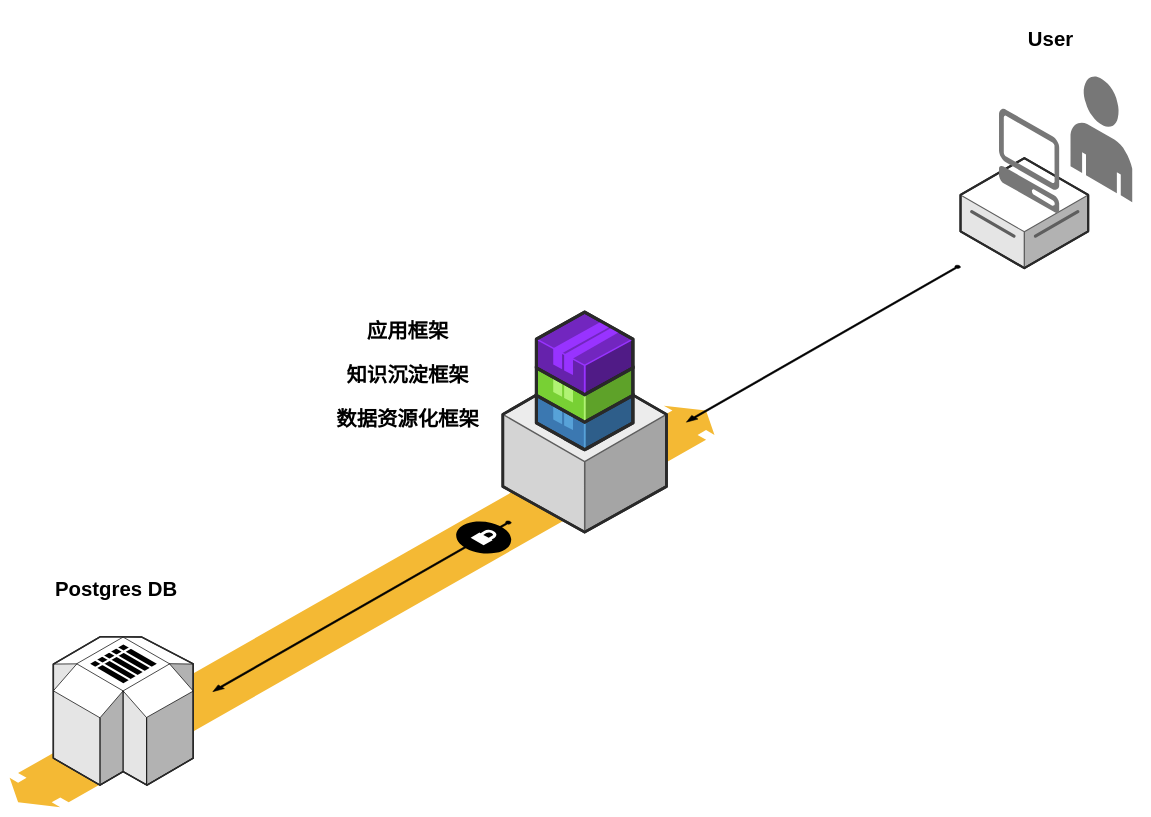
Before: Untitled Diagram.drawio in mengyueyue/gauss, a draw.io diagram. Source tidied: cells renumbered, new cells numbered last; positions are measured from the earlier drawing's top-left corner, leaving out a move shared by most shapes. Both pictures are drawn from the tidied source at 55%, with x=0, y=0 at pixel (9, 9).
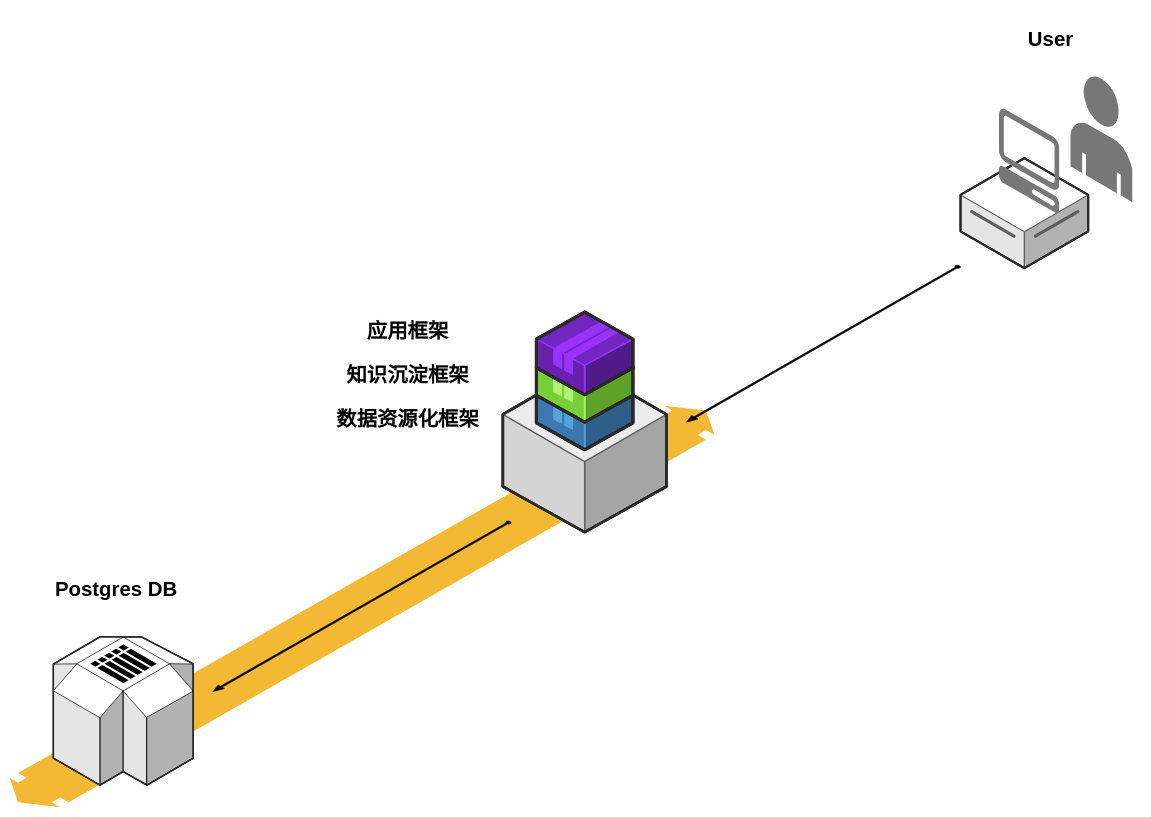
Above is the later version.

Diff of the diagram source:
```diff
@@
 <mxGraphModel>
   <root>
     <mxCell id="0" />
     <mxCell id="1" parent="0" />
     <mxCell id="2" style="verticalLabelPosition=bottom;html=1;verticalAlign=top;strokeWidth=1;align=center;dashed=0;shape=mxgraph.aws3d.flatDoubleEdge;fillColor=#000000;direction=west;flipH=1;flipV=0;" parent="1" vertex="1">
       <mxGeometry y="720" width="1281.6" height="730" as="geometry" />
     </mxCell>
     <mxCell id="3" style="verticalLabelPosition=bottom;html=1;verticalAlign=top;strokeWidth=1;dashed=0;shape=mxgraph.aws3d.arrowSW;fillColor=#000000;rounded=1;shadow=0;comic=0;fontFamily=Verdana;fontSize=12;" parent="1" vertex="1">
       <mxGeometry x="1230.5" y="465" width="498.4" height="285" as="geometry" />
     </mxCell>
     <mxCell id="4" style="verticalLabelPosition=bottom;html=1;verticalAlign=top;strokeWidth=1;align=center;dashed=0;shape=mxgraph.aws3d.simpleDb2;shadow=0;" parent="1" vertex="1">
       <mxGeometry x="79.5" y="1140" width="254.4" height="270" as="geometry" />
     </mxCell>
     <mxCell id="5" style="verticalLabelPosition=bottom;html=1;verticalAlign=top;strokeWidth=1;align=center;dashed=0;shape=mxgraph.aws3d.application_server;fillColor=#ECECEC;strokeColor=#5E5E5E;shadow=0;" parent="1" vertex="1">
       <mxGeometry x="896.7" y="650" width="297.6" height="300" as="geometry" />
     </mxCell>
     <mxCell id="6" style="verticalLabelPosition=bottom;html=1;verticalAlign=top;strokeWidth=1;align=center;dashed=0;shape=mxgraph.aws3d.arrowNE;fillColor=#000000;shadow=0;direction=west;" parent="1" vertex="1">
       <mxGeometry x="369.5" y="930" width="542.5" height="310" as="geometry" />
     </mxCell>
     <mxCell id="7" value="&lt;span style=&quot;font-size: 37px&quot;&gt;&lt;b&gt;Postgres DB&lt;/b&gt;&lt;/span&gt;" style="text;html=1;strokeColor=none;fillColor=none;align=center;verticalAlign=middle;whiteSpace=wrap;rounded=0;shadow=0;" parent="1" vertex="1">
       <mxGeometry x="30" y="1000" width="328" height="110" as="geometry" />
     </mxCell>
     <mxCell id="8" style="verticalLabelPosition=bottom;html=1;verticalAlign=top;strokeWidth=1;align=center;dashed=0;shape=mxgraph.aws3d.dataServer;strokeColor=#5E5E5E;" parent="1" vertex="1">
       <mxGeometry x="1728.9" y="270" width="232.1" height="200" as="geometry" />
     </mxCell>
     <mxCell id="9" style="verticalLabelPosition=bottom;html=1;verticalAlign=top;strokeWidth=1;align=center;dashed=0;shape=mxgraph.aws3d.client;strokeColor=none;fillColor=#777777;" parent="1" vertex="1">
       <mxGeometry x="1798.9" y="180" width="109.6" height="190" as="geometry" />
     </mxCell>
     <mxCell id="10" style="verticalLabelPosition=bottom;html=1;verticalAlign=top;strokeWidth=1;align=center;dashed=0;shape=mxgraph.aws3d.end_user;strokeColor=none;fillColor=#777777;" parent="1" vertex="1">
       <mxGeometry x="1928.9" y="120" width="112.2" height="230" as="geometry" />
     </mxCell>
     <mxCell id="11" value="&lt;span style=&quot;font-size: 37px&quot;&gt;&lt;b&gt;数据资源化框架&lt;/b&gt;&lt;/span&gt;" style="text;html=1;strokeColor=none;fillColor=none;align=center;verticalAlign=middle;whiteSpace=wrap;rounded=0;shadow=0;" parent="1" vertex="1">
       <mxGeometry x="560" y="690" width="328" height="110" as="geometry" />
     </mxCell>
     <mxCell id="12" value="&lt;span style=&quot;font-size: 37px&quot;&gt;&lt;b&gt;User&lt;/b&gt;&lt;/span&gt;" style="text;html=1;strokeColor=none;fillColor=none;align=center;verticalAlign=middle;whiteSpace=wrap;rounded=0;shadow=0;" parent="1" vertex="1">
       <mxGeometry x="1728.9" width="328" height="110" as="geometry" />
     </mxCell>
-    <mxCell id="13" style="verticalLabelPosition=bottom;html=1;verticalAlign=top;strokeWidth=1;align=center;dashed=0;shape=mxgraph.aws3d.secureConnection;fillColor=#000000;strokeColor=#ffffff;" parent="1" vertex="1">
-      <mxGeometry x="811.4" y="930" width="100.6" height="60" as="geometry" />
-    </mxCell>
     <mxCell id="14" style="verticalLabelPosition=bottom;html=1;verticalAlign=top;strokeWidth=1;align=center;dashed=0;shape=mxgraph.aws3d.application2;fillColor=#4286C5;strokeColor=#57A2D8;" parent="1" vertex="1">
       <mxGeometry x="957.8" y="650" width="175.5" height="150" as="geometry" />
     </mxCell>
     <mxCell id="15" style="verticalLabelPosition=bottom;html=1;verticalAlign=top;strokeWidth=1;align=center;dashed=0;shape=mxgraph.aws3d.application2;fillColor=#86E83A;strokeColor=#B0F373;" parent="1" vertex="1">
       <mxGeometry x="957.8" y="600" width="175.5" height="150" as="geometry" />
     </mxCell>
     <mxCell id="16" style="verticalLabelPosition=bottom;html=1;verticalAlign=top;strokeWidth=1;align=center;dashed=0;shape=mxgraph.aws3d.application2;fontColor=#000000;fillColor=#7226BF;strokeColor=#9833FF;" parent="1" vertex="1">
       <mxGeometry x="957.8" y="550" width="175.5" height="150" as="geometry" />
     </mxCell>
     <mxCell id="17" value="&lt;span style=&quot;font-size: 37px&quot;&gt;&lt;b&gt;知识沉淀框架&lt;/b&gt;&lt;/span&gt;" style="text;html=1;strokeColor=none;fillColor=none;align=center;verticalAlign=middle;whiteSpace=wrap;rounded=0;shadow=0;" parent="1" vertex="1">
       <mxGeometry x="560" y="610" width="328" height="110" as="geometry" />
     </mxCell>
     <mxCell id="18" value="&lt;span style=&quot;font-size: 37px&quot;&gt;&lt;b&gt;应用框架&lt;/b&gt;&lt;/span&gt;" style="text;html=1;strokeColor=none;fillColor=none;align=center;verticalAlign=middle;whiteSpace=wrap;rounded=0;shadow=0;" parent="1" vertex="1">
       <mxGeometry x="560" y="530" width="328" height="110" as="geometry" />
     </mxCell>
   </root>
 </mxGraphModel>
```
